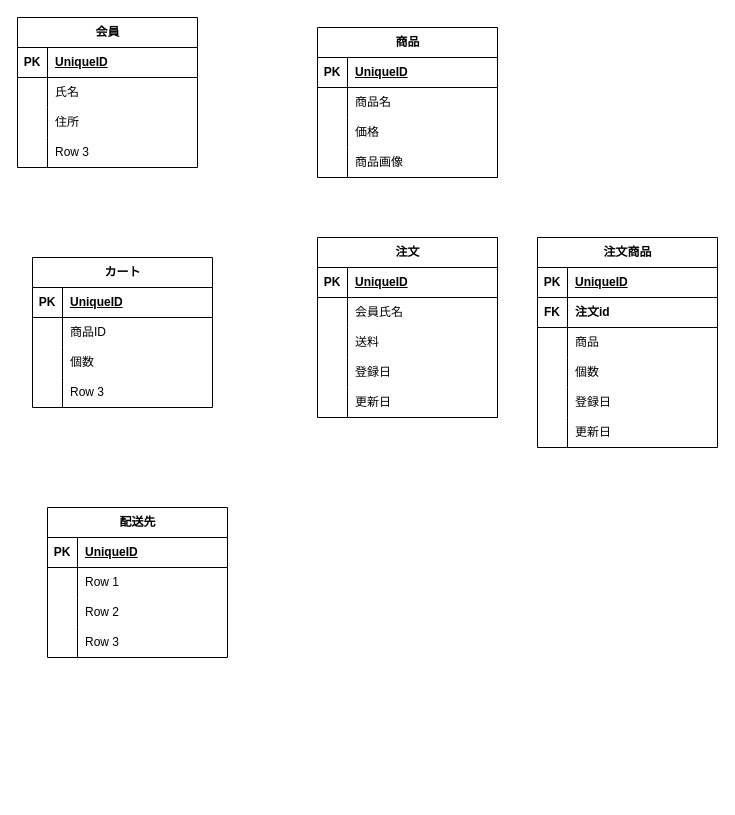
Above: 名称未設定ファイル.drawio in sk-birder/system_design (draw.io), before the change. Source tidied: cells renumbered, new cells numbered last; positions are measured from the earlier drawing's top-left corner, leaving out a move shared by most shapes. Both pictures are drawn from the tidied source at 100%, with x=0, y=0 at pixel (17, 17).
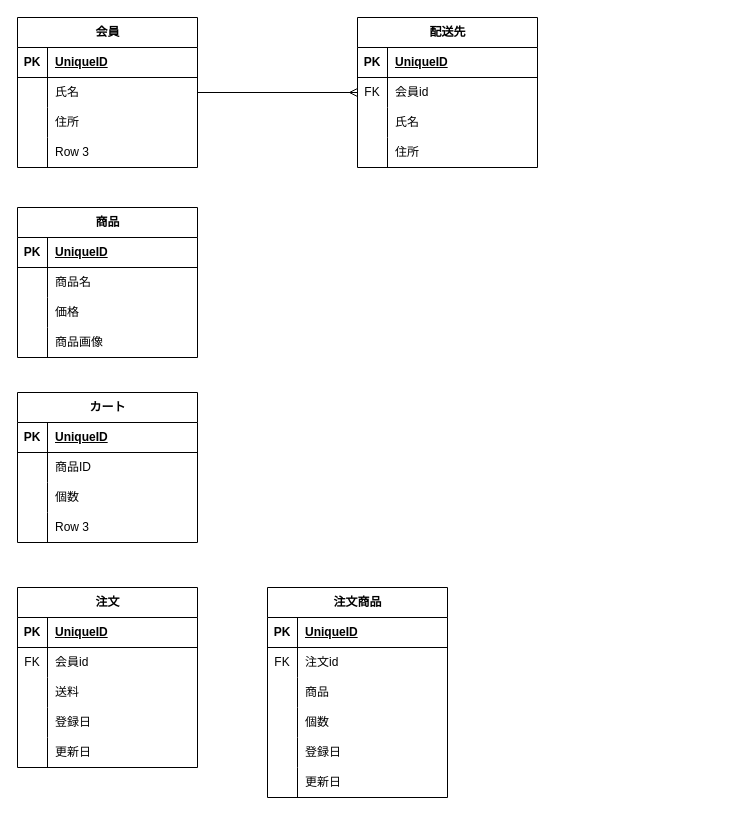
After the change.

Commit message:
名称未設定ファイル.drawio を更新します

Unchanged cells that the change refers to:
```xml
<mxCell id="6" style="shape=tableRow;horizontal=0;startSize=0;swimlaneHead=0;swimlaneBody=0;fillColor=none;points=[[0,0.5],[1,0.5]];portConstraint=eastwest;top=0;left=0;right=0;bottom=0;" parent="2" vertex="1">
  <mxGeometry y="60" width="180" height="30" as="geometry" />
</mxCell>
<mxCell id="45" style="shape=tableRow;horizontal=0;startSize=0;swimlaneHead=0;swimlaneBody=0;fillColor=none;top=0;left=0;right=0;bottom=0;" parent="41" vertex="1">
  <mxGeometry y="60" width="180" height="30" as="geometry" />
</mxCell>
<mxCell id="61" style="shape=tableRow;horizontal=0;startSize=0;swimlaneHead=0;swimlaneBody=0;fillColor=none;points=[[0,0.5],[1,0.5]];portConstraint=eastwest;top=0;left=0;right=0;bottom=0;" parent="57" vertex="1">
  <mxGeometry y="60" width="180" height="30" as="geometry" />
</mxCell>
<mxCell id="64" style="shape=tableRow;horizontal=0;startSize=0;swimlaneHead=0;swimlaneBody=0;fillColor=none;top=0;left=0;right=0;bottom=0;" parent="57" vertex="1">
  <mxGeometry y="90" width="180" height="30" as="geometry" />
</mxCell>
<mxCell id="67" style="shape=tableRow;horizontal=0;startSize=0;swimlaneHead=0;swimlaneBody=0;fillColor=none;top=0;left=0;right=0;bottom=0;" parent="57" vertex="1">
  <mxGeometry y="120" width="180" height="30" as="geometry" />
</mxCell>
<mxCell id="77" style="shape=tableRow;horizontal=0;startSize=0;swimlaneHead=0;swimlaneBody=0;fillColor=none;top=0;left=0;right=0;bottom=0;" parent="70" vertex="1">
  <mxGeometry y="90" width="180" height="30" as="geometry" />
</mxCell>
<mxCell id="80" style="shape=tableRow;horizontal=0;startSize=0;swimlaneHead=0;swimlaneBody=0;fillColor=none;top=0;left=0;right=0;bottom=0;" parent="70" vertex="1">
  <mxGeometry y="120" width="180" height="30" as="geometry" />
</mxCell>
<mxCell id="83" style="shape=tableRow;horizontal=0;startSize=0;swimlaneHead=0;swimlaneBody=0;fillColor=none;top=0;left=0;right=0;bottom=0;" parent="70" vertex="1">
  <mxGeometry y="150" width="180" height="30" as="geometry" />
</mxCell>
<mxCell id="86" style="shape=tableRow;horizontal=0;startSize=0;swimlaneHead=0;swimlaneBody=0;fillColor=none;top=0;left=0;right=0;bottom=0;" parent="70" vertex="1">
  <mxGeometry y="180" width="180" height="30" as="geometry" />
</mxCell>
```

Change to the diagram source:
```diff
@@
     <mxCell id="15" value="商品" style="shape=table;startSize=30;childLayout=tableLayout;rowLines=0;fontStyle=1;align=center;html=1;" parent="1" vertex="1">
-      <mxGeometry x="300" y="10" width="180" height="150" as="geometry" />
+      <mxGeometry y="190" width="180" height="150" as="geometry" />
     </mxCell>
@@
     <mxCell id="28" value="カート" style="shape=table;startSize=30;childLayout=tableLayout;rowLines=0;fontStyle=1;align=center;html=1;" parent="1" vertex="1">
-      <mxGeometry x="15" y="240" width="180" height="150" as="geometry" />
+      <mxGeometry y="375" width="180" height="150" as="geometry" />
     </mxCell>
@@
     <mxCell id="41" value="注文" style="shape=table;startSize=30;childLayout=tableLayout;rowLines=0;fontStyle=1;align=center;html=1;" parent="1" vertex="1">
-      <mxGeometry x="300" y="220" width="180" height="180" as="geometry" />
+      <mxGeometry y="570" width="180" height="180" as="geometry" />
     </mxCell>
@@
-    <mxCell id="46" style="shape=partialRectangle;fillColor=none;top=0;left=0;bottom=0;right=0;overflow=hidden;whiteSpace=wrap;html=1;" parent="45" vertex="1">
+    <mxCell id="46" value="FK" style="shape=partialRectangle;fillColor=none;top=0;left=0;bottom=0;right=0;overflow=hidden;whiteSpace=wrap;html=1;strokeColor=default;" parent="45" vertex="1">
       <mxGeometry width="30" height="30" as="geometry" />
     </mxCell>
-    <mxCell id="47" value="会員氏名" style="shape=partialRectangle;fillColor=none;top=0;left=0;bottom=0;right=0;align=left;spacingLeft=6;overflow=hidden;whiteSpace=wrap;html=1;" parent="45" vertex="1">
+    <mxCell id="47" value="会員id" style="shape=partialRectangle;fillColor=none;top=0;left=0;bottom=0;right=0;align=left;spacingLeft=6;overflow=hidden;whiteSpace=wrap;html=1;strokeColor=default;" parent="45" vertex="1">
       <mxGeometry x="30" width="150" height="30" as="geometry" />
     </mxCell>
@@
     <mxCell id="57" value="配送先" style="shape=table;startSize=30;childLayout=tableLayout;rowLines=0;fontStyle=1;align=center;html=1;" parent="1" vertex="1">
-      <mxGeometry x="30" y="490" width="180" height="150" as="geometry" />
+      <mxGeometry x="340" width="180" height="150" as="geometry" />
     </mxCell>
@@
-    <mxCell id="62" style="shape=partialRectangle;fillColor=none;top=0;left=0;bottom=0;right=0;overflow=hidden;whiteSpace=wrap;html=1;" parent="61" vertex="1">
+    <mxCell id="62" value="FK" style="shape=partialRectangle;fillColor=none;top=0;left=0;bottom=0;right=0;overflow=hidden;whiteSpace=wrap;html=1;" parent="61" vertex="1">
       <mxGeometry width="30" height="30" as="geometry" />
     </mxCell>
-    <mxCell id="63" value="Row 1" style="shape=partialRectangle;fillColor=none;top=0;left=0;bottom=0;right=0;align=left;spacingLeft=6;overflow=hidden;whiteSpace=wrap;html=1;" parent="61" vertex="1">
+    <mxCell id="63" value="会員id" style="shape=partialRectangle;fillColor=none;top=0;left=0;bottom=0;right=0;align=left;spacingLeft=6;overflow=hidden;whiteSpace=wrap;html=1;" parent="61" vertex="1">
       <mxGeometry x="30" width="150" height="30" as="geometry" />
     </mxCell>
@@
-    <mxCell id="66" value="Row 2" style="shape=partialRectangle;fillColor=none;top=0;left=0;bottom=0;right=0;align=left;spacingLeft=6;overflow=hidden;whiteSpace=wrap;html=1;" parent="64" vertex="1">
+    <mxCell id="66" value="氏名" style="shape=partialRectangle;fillColor=none;top=0;left=0;bottom=0;right=0;align=left;spacingLeft=6;overflow=hidden;whiteSpace=wrap;html=1;" parent="64" vertex="1">
       <mxGeometry x="30" width="150" height="30" as="geometry" />
     </mxCell>
@@
-    <mxCell id="69" value="Row 3" style="shape=partialRectangle;fillColor=none;top=0;left=0;bottom=0;right=0;align=left;spacingLeft=6;overflow=hidden;whiteSpace=wrap;html=1;" parent="67" vertex="1">
+    <mxCell id="69" value="住所" style="shape=partialRectangle;fillColor=none;top=0;left=0;bottom=0;right=0;align=left;spacingLeft=6;overflow=hidden;whiteSpace=wrap;html=1;" parent="67" vertex="1">
       <mxGeometry x="30" width="150" height="30" as="geometry" />
     </mxCell>
     <mxCell id="70" value="注文商品" style="shape=table;startSize=30;childLayout=tableLayout;rowLines=0;fontStyle=1;align=center;html=1;" parent="1" vertex="1">
-      <mxGeometry x="520" y="220" width="180" height="210" as="geometry" />
+      <mxGeometry x="250" y="570" width="180" height="210" as="geometry" />
     </mxCell>
@@
-    <mxCell id="74" style="shape=tableRow;horizontal=0;startSize=0;swimlaneHead=0;swimlaneBody=0;fillColor=none;top=0;left=0;right=0;bottom=1;" parent="70" vertex="1">
-      <mxGeometry y="60" width="180" height="30" as="geometry" />
-    </mxCell>
+    <mxCell id="89" style="shape=tableRow;horizontal=0;startSize=0;swimlaneHead=0;swimlaneBody=0;fillColor=none;top=0;left=0;right=0;bottom=0;" parent="70" vertex="1">
+      <mxGeometry y="60" width="180" height="30" as="geometry" />
+    </mxCell>
-    <mxCell id="75" value="FK" style="shape=partialRectangle;fillColor=none;top=0;left=0;bottom=0;right=0;fontStyle=1;overflow=hidden;whiteSpace=wrap;html=1;" parent="74" vertex="1">
+    <mxCell id="75" value="FK" style="shape=partialRectangle;fillColor=none;top=0;left=0;bottom=0;right=0;overflow=hidden;whiteSpace=wrap;html=1;" parent="89" vertex="1">
       <mxGeometry width="30" height="30" as="geometry" />
     </mxCell>
-    <mxCell id="76" value="注文id" style="shape=partialRectangle;fillColor=none;top=0;left=0;bottom=0;right=0;align=left;spacingLeft=6;fontStyle=1;overflow=hidden;whiteSpace=wrap;html=1;" parent="74" vertex="1">
+    <mxCell id="76" value="注文id" style="shape=partialRectangle;fillColor=none;top=0;left=0;bottom=0;right=0;align=left;spacingLeft=6;overflow=hidden;whiteSpace=wrap;html=1;" parent="89" vertex="1">
       <mxGeometry x="30" width="150" height="30" as="geometry" />
     </mxCell>
@@
-    <mxCell id="78" style="shape=partialRectangle;fillColor=none;top=0;left=0;bottom=0;right=0;overflow=hidden;whiteSpace=wrap;html=1;" parent="77" vertex="1">
-      <mxGeometry width="30" height="30" as="geometry" />
-    </mxCell>
+    <mxCell id="90" style="shape=partialRectangle;fillColor=none;top=0;left=0;bottom=0;right=0;overflow=hidden;whiteSpace=wrap;html=1;" parent="77" vertex="1">
+      <mxGeometry width="30" height="30" as="geometry" />
+    </mxCell>
@@
-    <mxCell id="81" style="shape=partialRectangle;fillColor=none;top=0;left=0;bottom=0;right=0;overflow=hidden;whiteSpace=wrap;html=1;" parent="80" vertex="1">
-      <mxGeometry width="30" height="30" as="geometry" />
-    </mxCell>
+    <mxCell id="91" style="shape=partialRectangle;fillColor=none;top=0;left=0;bottom=0;right=0;overflow=hidden;whiteSpace=wrap;html=1;" parent="80" vertex="1">
+      <mxGeometry width="30" height="30" as="geometry" />
+    </mxCell>
@@
-    <mxCell id="84" style="shape=partialRectangle;fillColor=none;top=0;left=0;bottom=0;right=0;overflow=hidden;whiteSpace=wrap;html=1;" parent="83" vertex="1">
-      <mxGeometry width="30" height="30" as="geometry" />
-    </mxCell>
+    <mxCell id="92" style="shape=partialRectangle;fillColor=none;top=0;left=0;bottom=0;right=0;overflow=hidden;whiteSpace=wrap;html=1;" parent="83" vertex="1">
+      <mxGeometry width="30" height="30" as="geometry" />
+    </mxCell>
@@
-    <mxCell id="87" style="shape=partialRectangle;fillColor=none;top=0;left=0;bottom=0;right=0;overflow=hidden;whiteSpace=wrap;html=1;" parent="86" vertex="1">
-      <mxGeometry width="30" height="30" as="geometry" />
-    </mxCell>
+    <mxCell id="93" style="shape=partialRectangle;fillColor=none;top=0;left=0;bottom=0;right=0;overflow=hidden;whiteSpace=wrap;html=1;" parent="86" vertex="1">
+      <mxGeometry width="30" height="30" as="geometry" />
+    </mxCell>
@@
+    <mxCell id="94" style="endArrow=ERmany;html=1;rounded=0;exitX=1;exitY=0.5;exitDx=0;exitDy=0;entryX=0;entryY=0.5;entryDx=0;entryDy=0;endFill=0;" parent="1" edge="1" source="6" target="61">
+      <mxGeometry relative="1" as="geometry" />
+    </mxCell>
```
